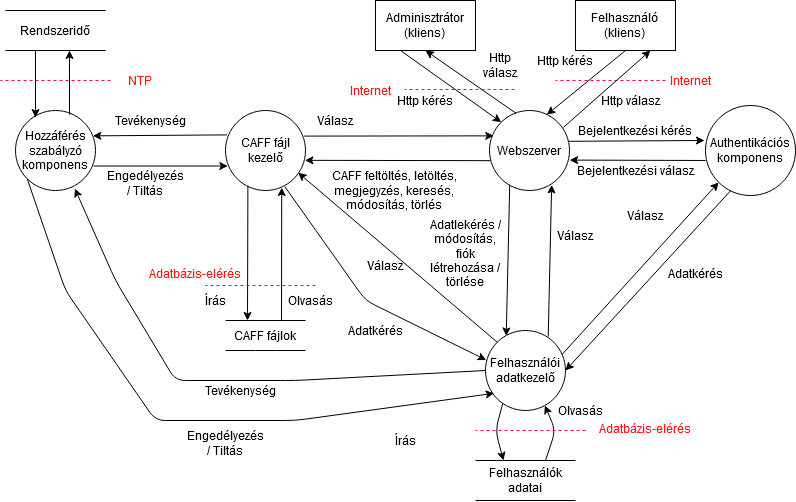
Earlier version of the draw.io export design/drawio/userAdminDataFlow.png (Frydraca/SzBiztonsagHF-C-Sec). Source tidied: cells renumbered, new cells last; positions are measured from the earlier drawing's top-left corner, leaving out a move shared by most shapes.
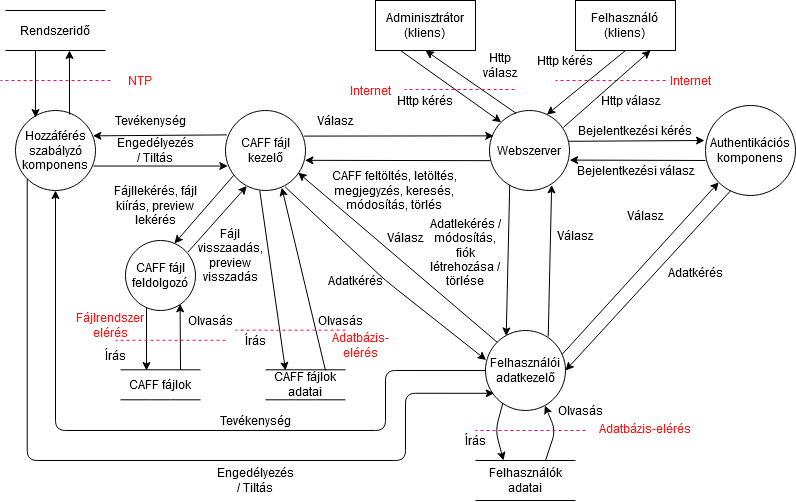
Later version of the same file.

What changed in the source:
```diff
@@ -93,7 +93,7 @@
       <mxGeometry x="555" y="400" width="50" height="20" as="geometry" />
     </mxCell>
     <mxCell id="26" value="Írás" style="text;html=1;strokeColor=none;fillColor=none;align=center;verticalAlign=middle;whiteSpace=wrap;rounded=0;" parent="1" vertex="1">
-      <mxGeometry x="385" y="430" width="40" height="20" as="geometry" />
+      <mxGeometry x="455" y="430" width="40" height="20" as="geometry" />
     </mxCell>
     <mxCell id="27" value="CAFF fájl kezelő" style="ellipse;whiteSpace=wrap;html=1;" parent="1" vertex="1">
       <mxGeometry x="225" y="110" width="80" height="80" as="geometry" />
@@ -123,64 +123,64 @@
       <mxGeometry x="115" y="110" width="70" height="20" as="geometry" />
     </mxCell>
     <mxCell id="36" value="Engedélyezés / Tiltás" style="text;html=1;strokeColor=none;fillColor=none;align=center;verticalAlign=middle;whiteSpace=wrap;rounded=0;" parent="1" vertex="1">
-      <mxGeometry x="105" y="170" width="80" height="25" as="geometry" />
+      <mxGeometry x="115" y="137.5" width="80" height="25" as="geometry" />
     </mxCell>
-    <mxCell id="37" value="CAFF fájlok" style="text;html=1;strokeColor=none;fillColor=none;align=center;verticalAlign=middle;whiteSpace=wrap;rounded=0;" parent="1" vertex="1">
-      <mxGeometry x="225" y="320" width="80" height="30" as="geometry" />
+    <mxCell id="37" value="CAFF fájlok adatai" style="text;html=1;strokeColor=none;fillColor=none;align=center;verticalAlign=middle;whiteSpace=wrap;rounded=0;" parent="1" vertex="1">
+      <mxGeometry x="265" y="369.3" width="80" height="30" as="geometry" />
     </mxCell>
     <mxCell id="38" style="endArrow=none;html=1;exitX=1;exitY=0;exitDx=0;exitDy=0;" parent="1" edge="1" source="37">
       <mxGeometry relative="1" as="geometry">
-        <mxPoint x="225" y="320" as="targetPoint" />
+        <mxPoint x="265" y="369.3" as="targetPoint" />
       </mxGeometry>
     </mxCell>
     <mxCell id="39" style="endArrow=none;html=1;" parent="1" edge="1">
       <mxGeometry relative="1" as="geometry">
-        <mxPoint x="305" y="350" as="sourcePoint" />
-        <mxPoint x="225" y="350" as="targetPoint" />
+        <mxPoint x="345" y="399.3" as="sourcePoint" />
+        <mxPoint x="265" y="399.3" as="targetPoint" />
         <Array as="points">
-          <mxPoint x="265" y="350" />
+          <mxPoint x="305" y="399.3" />
         </Array>
       </mxGeometry>
     </mxCell>
-    <mxCell id="40" style="endArrow=classic;html=1;exitX=0.28;exitY=0.94;exitDx=0;exitDy=0;exitPerimeter=0;" parent="1" edge="1" source="27">
+    <mxCell id="40" style="endArrow=classic;html=1;exitX=0.429;exitY=1.005;exitDx=0;exitDy=0;exitPerimeter=0;" parent="1" edge="1" source="27">
       <mxGeometry relative="1" as="geometry">
-        <mxPoint x="247" y="320" as="targetPoint" />
+        <mxPoint x="285" y="370" as="targetPoint" />
       </mxGeometry>
     </mxCell>
     <mxCell id="41" style="endArrow=classic;html=1;entryX=0.703;entryY=0.963;entryDx=0;entryDy=0;entryPerimeter=0;" parent="1" edge="1" target="27">
       <mxGeometry relative="1" as="geometry">
-        <mxPoint x="281" y="320" as="sourcePoint" />
+        <mxPoint x="325" y="370" as="sourcePoint" />
       </mxGeometry>
     </mxCell>
     <mxCell id="42" value="Írás" style="text;html=1;strokeColor=none;fillColor=none;align=center;verticalAlign=middle;whiteSpace=wrap;rounded=0;" parent="1" vertex="1">
-      <mxGeometry x="195" y="290" width="40" height="20" as="geometry" />
+      <mxGeometry x="235" y="330" width="40" height="20" as="geometry" />
     </mxCell>
     <mxCell id="43" value="Olvasás" style="text;html=1;strokeColor=none;fillColor=none;align=center;verticalAlign=middle;whiteSpace=wrap;rounded=0;" parent="1" vertex="1">
-      <mxGeometry x="285" y="290" width="50" height="20" as="geometry" />
+      <mxGeometry x="315" y="310" width="50" height="20" as="geometry" />
     </mxCell>
-    <mxCell id="44" style="endArrow=classic;html=1;exitX=0;exitY=1;exitDx=0;exitDy=0;entryX=0.108;entryY=0.785;entryDx=0;entryDy=0;entryPerimeter=0;" parent="1" edge="1" source="32" target="11">
+    <mxCell id="44" style="endArrow=classic;html=1;exitX=0;exitY=1;exitDx=0;exitDy=0;entryX=0.108;entryY=0.785;entryDx=0;entryDy=0;entryPerimeter=0;edgeStyle=orthogonalEdgeStyle;" parent="1" edge="1" source="32" target="11">
       <mxGeometry relative="1" as="geometry">
         <Array as="points">
-          <mxPoint x="65" y="290" />
-          <mxPoint x="155" y="420" />
-          <mxPoint x="295" y="420" />
+          <mxPoint x="27" y="460" />
+          <mxPoint x="405" y="460" />
+          <mxPoint x="405" y="393" />
         </Array>
       </mxGeometry>
     </mxCell>
-    <mxCell id="45" style="endArrow=classic;html=1;entryX=0.742;entryY=0.977;entryDx=0;entryDy=0;entryPerimeter=0;exitX=0;exitY=0.5;exitDx=0;exitDy=0;" parent="1" edge="1" source="11" target="32">
+    <mxCell id="45" style="endArrow=classic;html=1;entryX=0.5;entryY=1;entryDx=0;entryDy=0;exitX=0;exitY=0.5;exitDx=0;exitDy=0;edgeStyle=orthogonalEdgeStyle;" parent="1" edge="1" source="11" target="32">
       <mxGeometry relative="1" as="geometry">
         <Array as="points">
-          <mxPoint x="295" y="380" />
-          <mxPoint x="175" y="380" />
-          <mxPoint x="115" y="280" />
+          <mxPoint x="385" y="370" />
+          <mxPoint x="385" y="430" />
+          <mxPoint x="55" y="430" />
         </Array>
       </mxGeometry>
     </mxCell>
     <mxCell id="46" value="Tevékenység" style="text;html=1;strokeColor=none;fillColor=none;align=center;verticalAlign=middle;whiteSpace=wrap;rounded=0;" parent="1" vertex="1">
-      <mxGeometry x="205" y="380" width="70" height="20" as="geometry" />
+      <mxGeometry x="220" y="410" width="70" height="20" as="geometry" />
     </mxCell>
     <mxCell id="47" value="Engedélyezés / Tiltás" style="text;html=1;strokeColor=none;fillColor=none;align=center;verticalAlign=middle;whiteSpace=wrap;rounded=0;" parent="1" vertex="1">
-      <mxGeometry x="185" y="430" width="80" height="25" as="geometry" />
+      <mxGeometry x="215" y="467.5" width="80" height="25" as="geometry" />
     </mxCell>
     <mxCell id="48" style="endArrow=none;dashed=1;html=1;fillColor=#d80073;strokeColor=#FF0063;" parent="1" edge="1">
       <mxGeometry relative="1" as="geometry">
@@ -190,8 +190,8 @@
     </mxCell>
     <mxCell id="49" style="endArrow=none;dashed=1;html=1;fillColor=#d80073;strokeColor=#FF0063;" parent="1" edge="1">
       <mxGeometry relative="1" as="geometry">
-        <mxPoint x="315" y="285" as="sourcePoint" />
-        <mxPoint x="205" y="285" as="targetPoint" />
+        <mxPoint x="345" y="329.7" as="sourcePoint" />
+        <mxPoint x="235" y="329.7" as="targetPoint" />
       </mxGeometry>
     </mxCell>
     <mxCell id="50" style="endArrow=none;dashed=1;html=1;fillColor=#d80073;strokeColor=#FF0063;" parent="1" edge="1">
@@ -204,7 +204,7 @@
       <mxGeometry x="665" y="70" width="50" height="20" as="geometry" />
     </mxCell>
     <mxCell id="52" value="Adatbázis-elérés" style="text;html=1;strokeColor=none;fillColor=none;align=center;verticalAlign=middle;whiteSpace=wrap;rounded=0;fontColor=#FF1717;" parent="1" vertex="1">
-      <mxGeometry x="145" y="260" width="100" height="25" as="geometry" />
+      <mxGeometry x="325" y="330" width="70" height="30" as="geometry" />
     </mxCell>
     <mxCell id="53" value="Adatbázis-elérés" style="text;html=1;strokeColor=none;fillColor=none;align=center;verticalAlign=middle;whiteSpace=wrap;rounded=0;fontColor=#FF1717;" parent="1" vertex="1">
       <mxGeometry x="595" y="415" width="100" height="25" as="geometry" />
@@ -215,15 +215,15 @@
     <mxCell id="55" style="endArrow=classic;html=1;fontColor=#FF1717;exitX=0.742;exitY=0.952;exitDx=0;exitDy=0;exitPerimeter=0;entryX=0.008;entryY=0.369;entryDx=0;entryDy=0;entryPerimeter=0;" parent="1" edge="1" source="27" target="11">
       <mxGeometry relative="1" as="geometry">
         <Array as="points">
-          <mxPoint x="365" y="300" />
+          <mxPoint x="385" y="280" />
         </Array>
       </mxGeometry>
     </mxCell>
     <mxCell id="56" value="Adatkérés" style="text;html=1;strokeColor=none;fillColor=none;align=center;verticalAlign=middle;whiteSpace=wrap;rounded=0;" parent="1" vertex="1">
-      <mxGeometry x="345" y="320" width="60" height="20" as="geometry" />
+      <mxGeometry x="325" y="270" width="60" height="20" as="geometry" />
     </mxCell>
     <mxCell id="57" value="Válasz" style="text;html=1;strokeColor=none;fillColor=none;align=center;verticalAlign=middle;whiteSpace=wrap;rounded=0;" parent="1" vertex="1">
-      <mxGeometry x="365" y="255" width="40" height="20" as="geometry" />
+      <mxGeometry x="385" y="227.5" width="40" height="20" as="geometry" />
     </mxCell>
     <mxCell id="58" style="endArrow=classic;html=1;fontColor=#FF1717;exitX=0.925;exitY=0.21;exitDx=0;exitDy=0;exitPerimeter=0;entryX=0.75;entryY=1;entryDx=0;entryDy=0;" parent="1" edge="1" source="3" target="2">
       <mxGeometry relative="1" as="geometry" />
@@ -289,5 +289,60 @@
     <mxCell id="73" value="NTP" style="text;html=1;strokeColor=none;fillColor=none;align=center;verticalAlign=middle;whiteSpace=wrap;rounded=0;fontColor=#FF1717;" parent="1" vertex="1">
       <mxGeometry x="115" y="70" width="50" height="20" as="geometry" />
     </mxCell>
+    <mxCell id="74" value="CAFF fájl feldolgozó" style="ellipse;whiteSpace=wrap;html=1;" parent="1" vertex="1">
+      <mxGeometry x="125" y="240" width="70" height="70" as="geometry" />
+    </mxCell>
+    <mxCell id="75" value="CAFF fájlok" style="text;html=1;strokeColor=none;fillColor=none;align=center;verticalAlign=middle;whiteSpace=wrap;rounded=0;" parent="1" vertex="1">
+      <mxGeometry x="120" y="369.3" width="80" height="30" as="geometry" />
+    </mxCell>
+    <mxCell id="76" style="endArrow=none;html=1;exitX=1;exitY=0;exitDx=0;exitDy=0;" parent="1" edge="1" source="75">
+      <mxGeometry relative="1" as="geometry">
+        <mxPoint x="120" y="369.3" as="targetPoint" />
+      </mxGeometry>
+    </mxCell>
+    <mxCell id="77" style="endArrow=none;html=1;" parent="1" edge="1">
+      <mxGeometry relative="1" as="geometry">
+        <mxPoint x="200" y="399.3" as="sourcePoint" />
+        <mxPoint x="120" y="399.3" as="targetPoint" />
+        <Array as="points">
+          <mxPoint x="160" y="399.3" />
+        </Array>
+      </mxGeometry>
+    </mxCell>
+    <mxCell id="78" style="endArrow=classic;html=1;exitX=0.3;exitY=0.957;exitDx=0;exitDy=0;exitPerimeter=0;" parent="1" edge="1" source="74">
+      <mxGeometry relative="1" as="geometry">
+        <mxPoint x="146" y="370" as="targetPoint" />
+      </mxGeometry>
+    </mxCell>
+    <mxCell id="79" style="endArrow=classic;html=1;exitX=0.75;exitY=0;exitDx=0;exitDy=0;entryX=0.78;entryY=0.905;entryDx=0;entryDy=0;entryPerimeter=0;" parent="1" edge="1" source="75" target="74">
+      <mxGeometry relative="1" as="geometry" />
+    </mxCell>
+    <mxCell id="80" style="endArrow=classic;html=1;exitX=0.892;exitY=0.165;exitDx=0;exitDy=0;entryX=0.266;entryY=0.944;entryDx=0;entryDy=0;entryPerimeter=0;exitPerimeter=0;" parent="1" edge="1" source="74" target="27">
+      <mxGeometry relative="1" as="geometry" />
+    </mxCell>
+    <mxCell id="81" style="endArrow=classic;html=1;exitX=0.103;exitY=0.81;exitDx=0;exitDy=0;exitPerimeter=0;entryX=0.7;entryY=0.042;entryDx=0;entryDy=0;entryPerimeter=0;" parent="1" edge="1" source="27" target="74">
+      <mxGeometry relative="1" as="geometry" />
+    </mxCell>
+    <mxCell id="82" style="endArrow=none;dashed=1;html=1;fillColor=#d80073;strokeColor=#FF0063;" parent="1" edge="1">
+      <mxGeometry relative="1" as="geometry">
+        <mxPoint x="225" y="339.8" as="sourcePoint" />
+        <mxPoint x="115" y="339.8" as="targetPoint" />
+      </mxGeometry>
+    </mxCell>
+    <mxCell id="83" value="Fájlrendszer elérés" style="text;html=1;strokeColor=none;fillColor=none;align=center;verticalAlign=middle;whiteSpace=wrap;rounded=0;fontColor=#FF1717;" parent="1" vertex="1">
+      <mxGeometry x="75" y="310" width="70" height="30" as="geometry" />
+    </mxCell>
+    <mxCell id="84" value="Írás" style="text;html=1;strokeColor=none;fillColor=none;align=center;verticalAlign=middle;whiteSpace=wrap;rounded=0;" parent="1" vertex="1">
+      <mxGeometry x="95" y="345" width="40" height="20" as="geometry" />
+    </mxCell>
+    <mxCell id="85" value="Olvasás" style="text;html=1;strokeColor=none;fillColor=none;align=center;verticalAlign=middle;whiteSpace=wrap;rounded=0;" parent="1" vertex="1">
+      <mxGeometry x="185" y="310" width="50" height="20" as="geometry" />
+    </mxCell>
+    <mxCell id="86" value="Fájllekérés, fájl kiírás, preview lekérés" style="text;html=1;strokeColor=none;fillColor=none;align=center;verticalAlign=middle;whiteSpace=wrap;rounded=0;" parent="1" vertex="1">
+      <mxGeometry x="110" y="180" width="90" height="50" as="geometry" />
+    </mxCell>
+    <mxCell id="87" value="Fájl visszaadás, preview visszadás" style="text;html=1;strokeColor=none;fillColor=none;align=center;verticalAlign=middle;whiteSpace=wrap;rounded=0;" parent="1" vertex="1">
+      <mxGeometry x="195" y="227.5" width="70" height="55" as="geometry" />
+    </mxCell>
   </root>
 </mxGraphModel>
```
